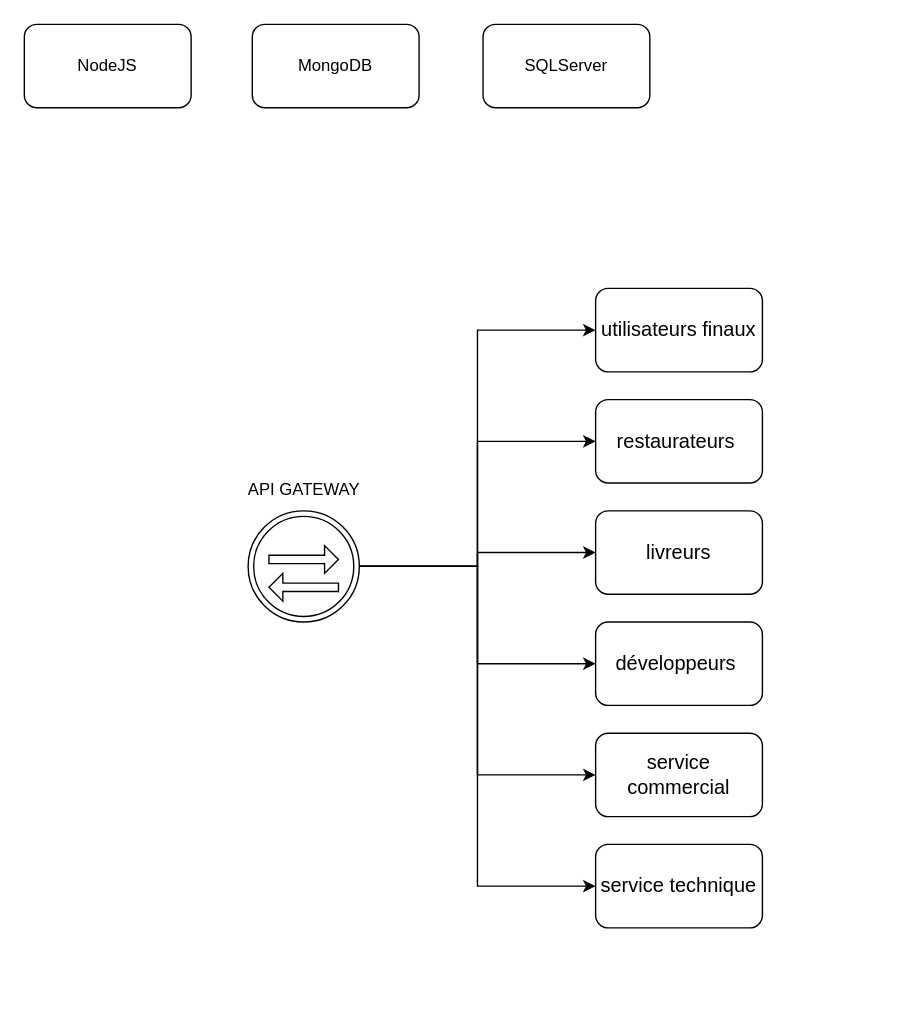
The draw.io diagram docs/conceptions/architechture/Architechture_Global.drawio in les-incesissables/CesiMange, before the edit. Source tidied: cells renumbered, new cells numbered last; positions are measured from the earlier drawing's top-left corner, leaving out a move shared by most shapes. Both pictures are drawn from the tidied source at 139%, with x=0, y=0 at pixel (24, 24).
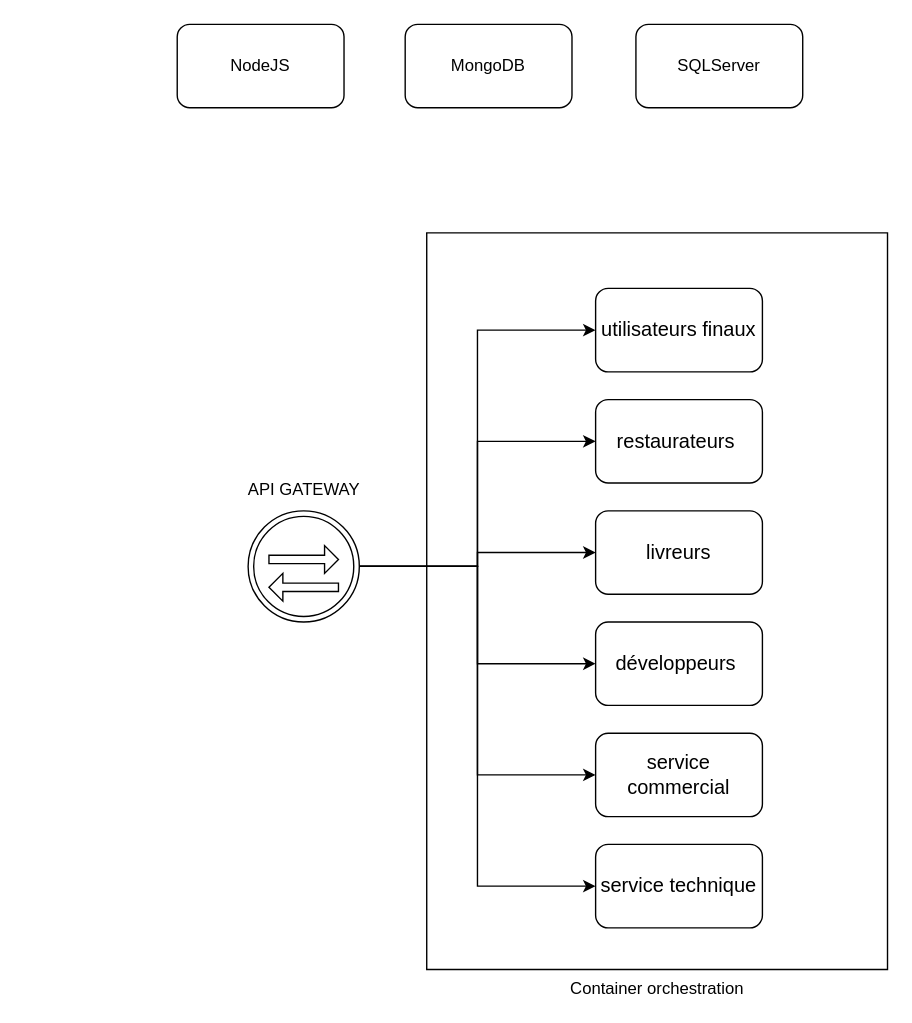
The same diagram, later.

What changed in the source:
```diff
@@
+    <mxCell id="23" value="Container orchestration" style="verticalLabelPosition=bottom;verticalAlign=top;html=1;shape=mxgraph.basic.rect;fillColor2=none;strokeWidth=1;size=20;indent=5;" parent="1" vertex="1">
+      <mxGeometry x="289.5" y="150" width="331.5" height="530" as="geometry" />
+    </mxCell>
@@
     <mxCell id="8" value="NodeJS" style="rounded=1;whiteSpace=wrap;html=1;" parent="1" vertex="1">
-      <mxGeometry width="120" height="60" as="geometry" />
+      <mxGeometry x="110" width="120" height="60" as="geometry" />
     </mxCell>
     <mxCell id="9" value="SQLServer" style="rounded=1;whiteSpace=wrap;html=1;" parent="1" vertex="1">
-      <mxGeometry x="330" width="120" height="60" as="geometry" />
+      <mxGeometry x="440" width="120" height="60" as="geometry" />
     </mxCell>
     <mxCell id="10" value="MongoDB" style="rounded=1;whiteSpace=wrap;html=1;" parent="1" vertex="1">
-      <mxGeometry x="164" width="120" height="60" as="geometry" />
+      <mxGeometry x="274" width="120" height="60" as="geometry" />
     </mxCell>
```
